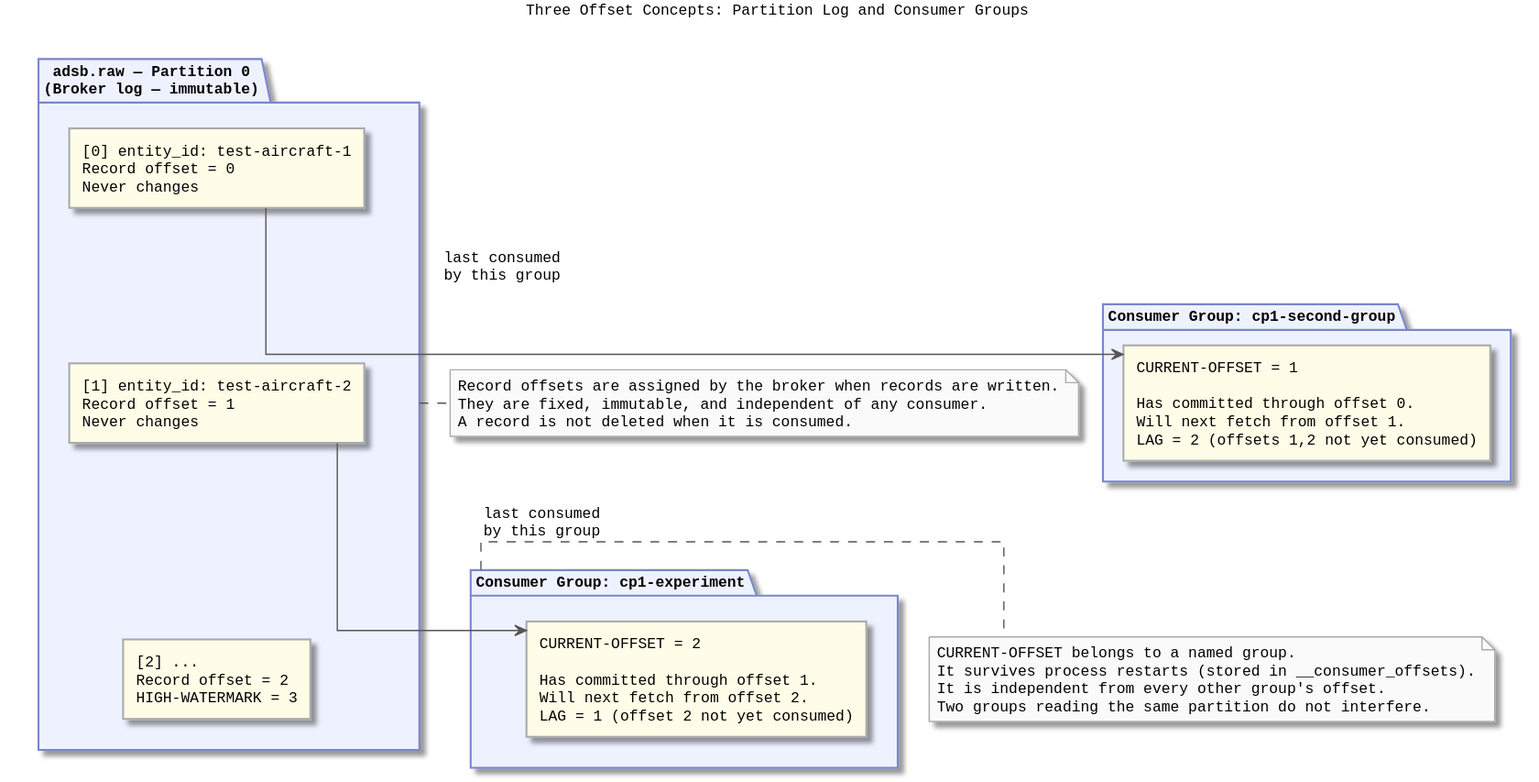
Above: diagrams/docs/implementation/phase-02-live-position-pipeline/concepts/kafka-experiment/offset-model.svg in Buffden/sentinel (PlantUML), before the change. The source it was exported from:
```plantuml
@startuml offset-model
title Three Offset Concepts: Partition Log and Consumer Groups

skinparam linetype ortho
skinparam defaultFontName Monospaced
skinparam defaultFontSize 12
skinparam ArrowColor #555555
skinparam componentStyle rectangle

skinparam rectangle {
  BackgroundColor #FFFDE7
  BorderColor #AAAAAA
}
skinparam package {
  BackgroundColor #EEF2FF
  BorderColor #7986CB
}
skinparam note {
  BackgroundColor #FAFAFA
  BorderColor #AAAAAA
}

package "adsb.raw — Partition 0\n(Broker log — immutable)" as log {
  rectangle "[0] entity_id: test-aircraft-1\n    Record offset = 0\n    Never changes" as r0
  rectangle "[1] entity_id: test-aircraft-2\n    Record offset = 1\n    Never changes" as r1
  rectangle "[2] ...\n    Record offset = 2\n    HIGH-WATERMARK = 3" as r2
}

package "Consumer Group: cp1-experiment" as groupA {
  rectangle "CURRENT-OFFSET = 2\n\nHas committed through offset 1.\nWill next fetch from offset 2.\nLAG = 1 (offset 2 not yet consumed)" as cA
}

package "Consumer Group: cp1-second-group" as groupB {
  rectangle "CURRENT-OFFSET = 1\n\nHas committed through offset 0.\nWill next fetch from offset 1.\nLAG = 2 (offsets 1,2 not yet consumed)" as cB
}

r0 -[hidden]-> r1
r1 -[hidden]-> r2

r1 --> cA : last consumed\nby this group
r0 --> cB : last consumed\nby this group

note bottom of log
  Record offsets are assigned by the broker when records are written.
  They are fixed, immutable, and independent of any consumer.
  A record is not deleted when it is consumed.
end note

note right of groupA
  CURRENT-OFFSET belongs to a named group.
  It survives process restarts (stored in __consumer_offsets).
  It is independent from every other group's offset.
  Two groups reading the same partition do not interfere.
end note

@enduml
```
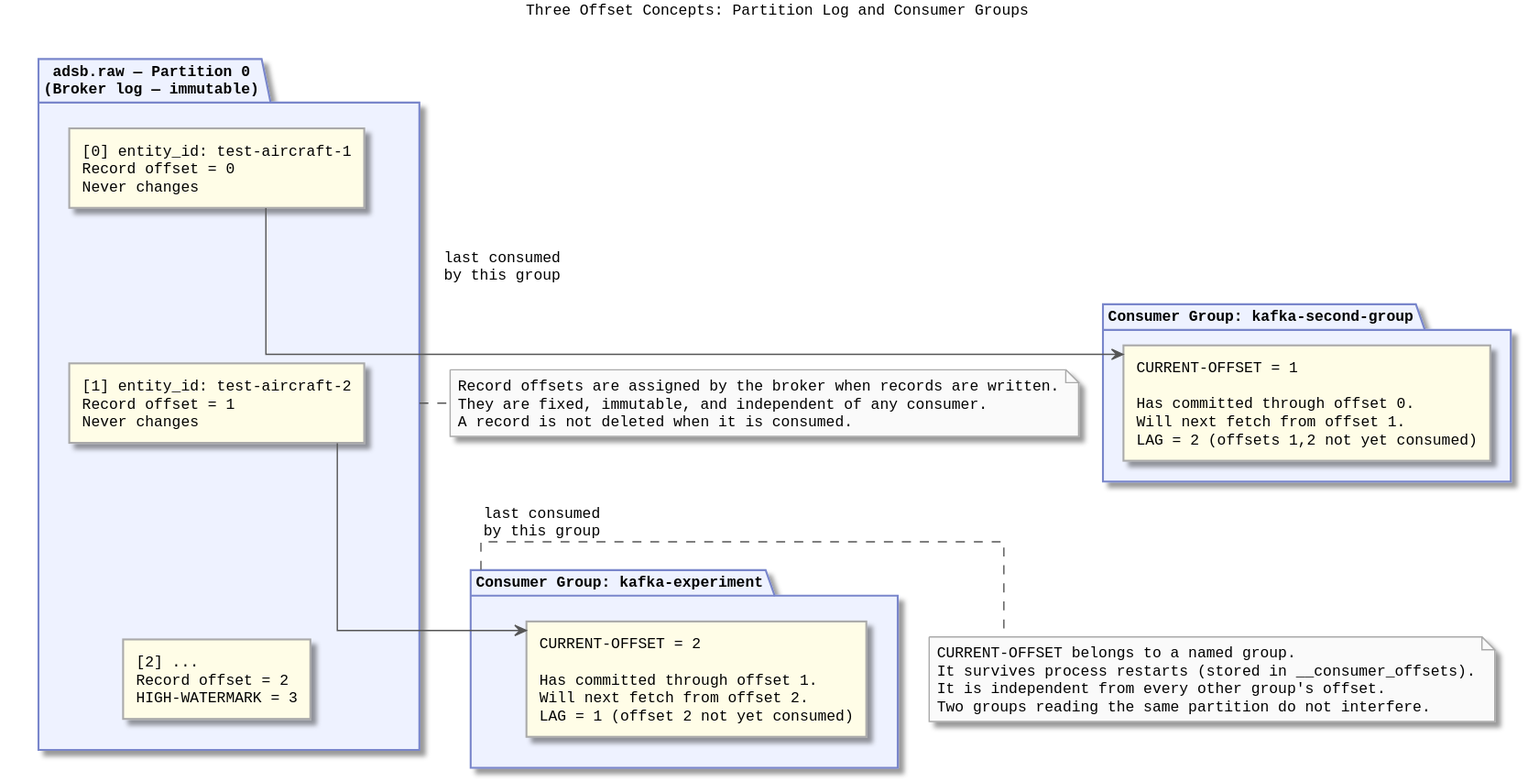
Above is the later version.

What changed in the source:
```diff
@@ -26,11 +26,11 @@
   rectangle "[2] ...\n    Record offset = 2\n    HIGH-WATERMARK = 3" as r2
 }
 
-package "Consumer Group: cp1-experiment" as groupA {
+package "Consumer Group: kafka-experiment" as groupA {
   rectangle "CURRENT-OFFSET = 2\n\nHas committed through offset 1.\nWill next fetch from offset 2.\nLAG = 1 (offset 2 not yet consumed)" as cA
 }
 
-package "Consumer Group: cp1-second-group" as groupB {
+package "Consumer Group: kafka-second-group" as groupB {
   rectangle "CURRENT-OFFSET = 1\n\nHas committed through offset 0.\nWill next fetch from offset 1.\nLAG = 2 (offsets 1,2 not yet consumed)" as cB
 }
 
```
